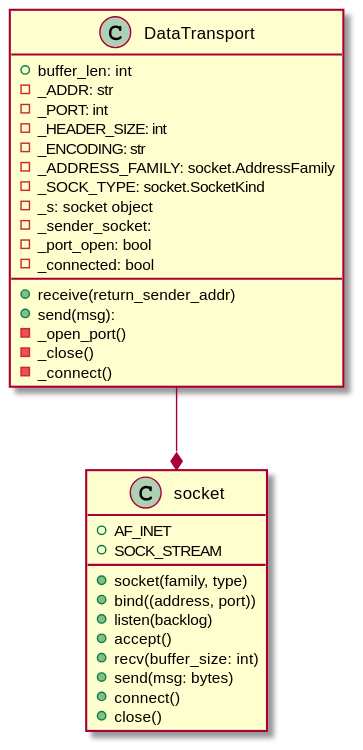
Before: shared_modules/data_transport/diagrams/class_diagram.svg, a diagram exported from PlantUML (NielsDyrberg/Wireless_sound_zones). Its diagram source:
```plantuml
@startuml class_diagram

DataTransport --* socket


class DataTransport {
    + buffer_len: int
    - _ADDR: str
    - _PORT: int
    - _HEADER_SIZE: int
    - _ENCODING: str
    - _ADDRESS_FAMILY: socket.AddressFamily
    - _SOCK_TYPE: socket.SocketKind
    - _s: socket object
    - _sender_socket:
    - _port_open: bool
    - _connected: bool

    + receive(return_sender_addr)
    + send(msg):
    - _open_port()
    - _close()
    - _connect()
}

class socket {
    + AF_INET
    + SOCK_STREAM

    + socket(family, type)
    + bind((address, port))
    + listen(backlog)
    + accept()
    + recv(buffer_size: int)
    + send(msg: bytes)
    + connect()
    + close()
}

@enduml
```
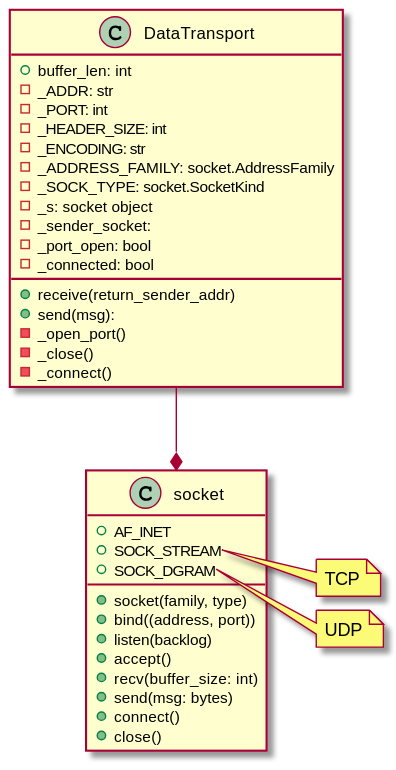
The same diagram one commit later.

Change to the diagram source:
```diff
@@ -1,7 +1,6 @@
 @startuml class_diagram
 
 DataTransport --* socket
-
 
 class DataTransport {
     + buffer_len: int
@@ -26,6 +25,7 @@
 class socket {
     + AF_INET
     + SOCK_STREAM
+    + SOCK_DGRAM
 
     + socket(family, type)
     + bind((address, port))
@@ -37,4 +37,13 @@
     + close()
 }
 
+note right of socket::SOCK_STREAM
+    TCP
+end note
+
+note right of socket::SOCK_DGRAM
+    UDP
+end note
+
+
 @enduml
```
